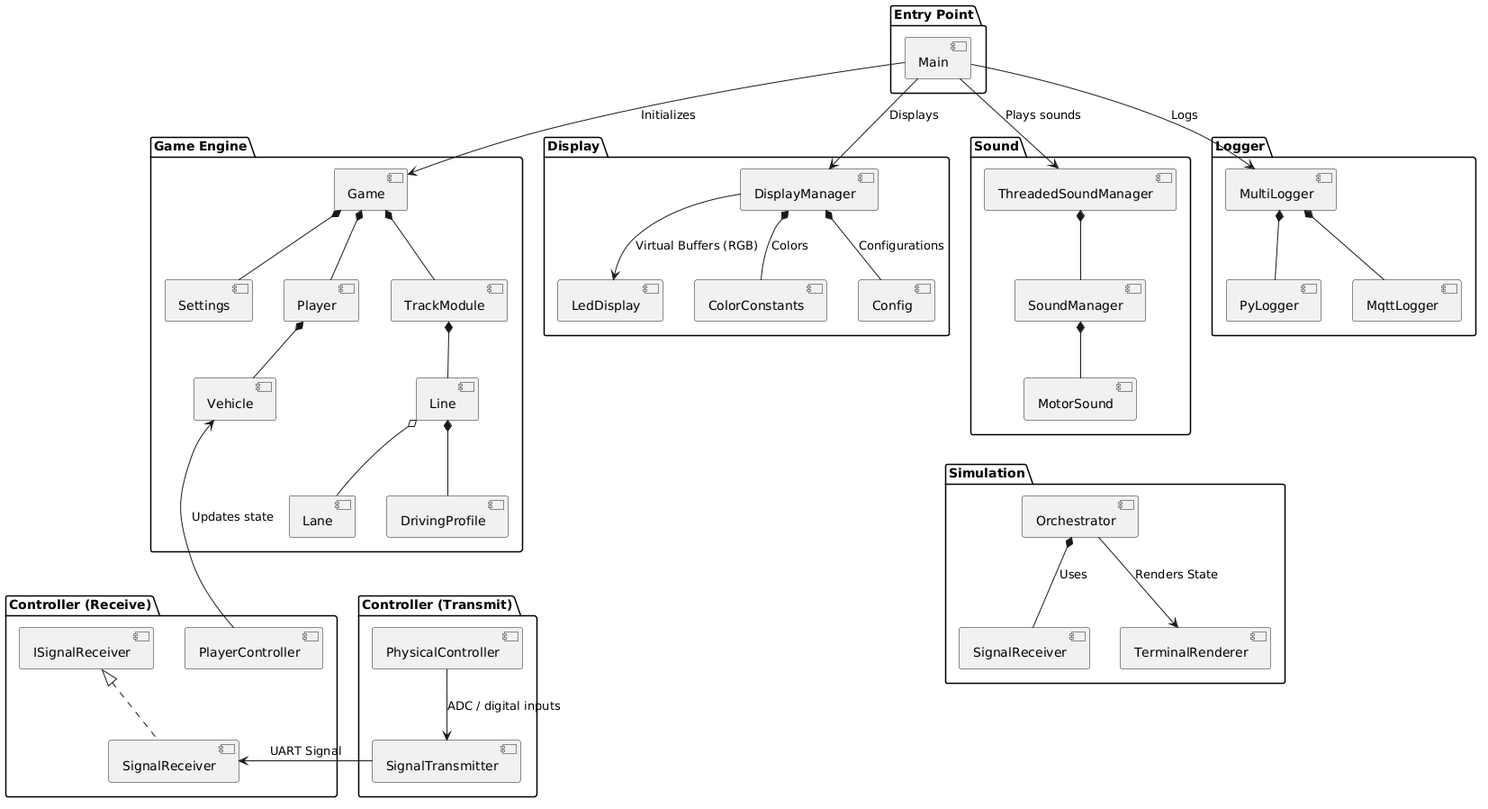
This is docs/diagrams/out/game-engine/game-engine.png from s-voelkl/LumenTrace, a PlantUML export, as it was before one commit.
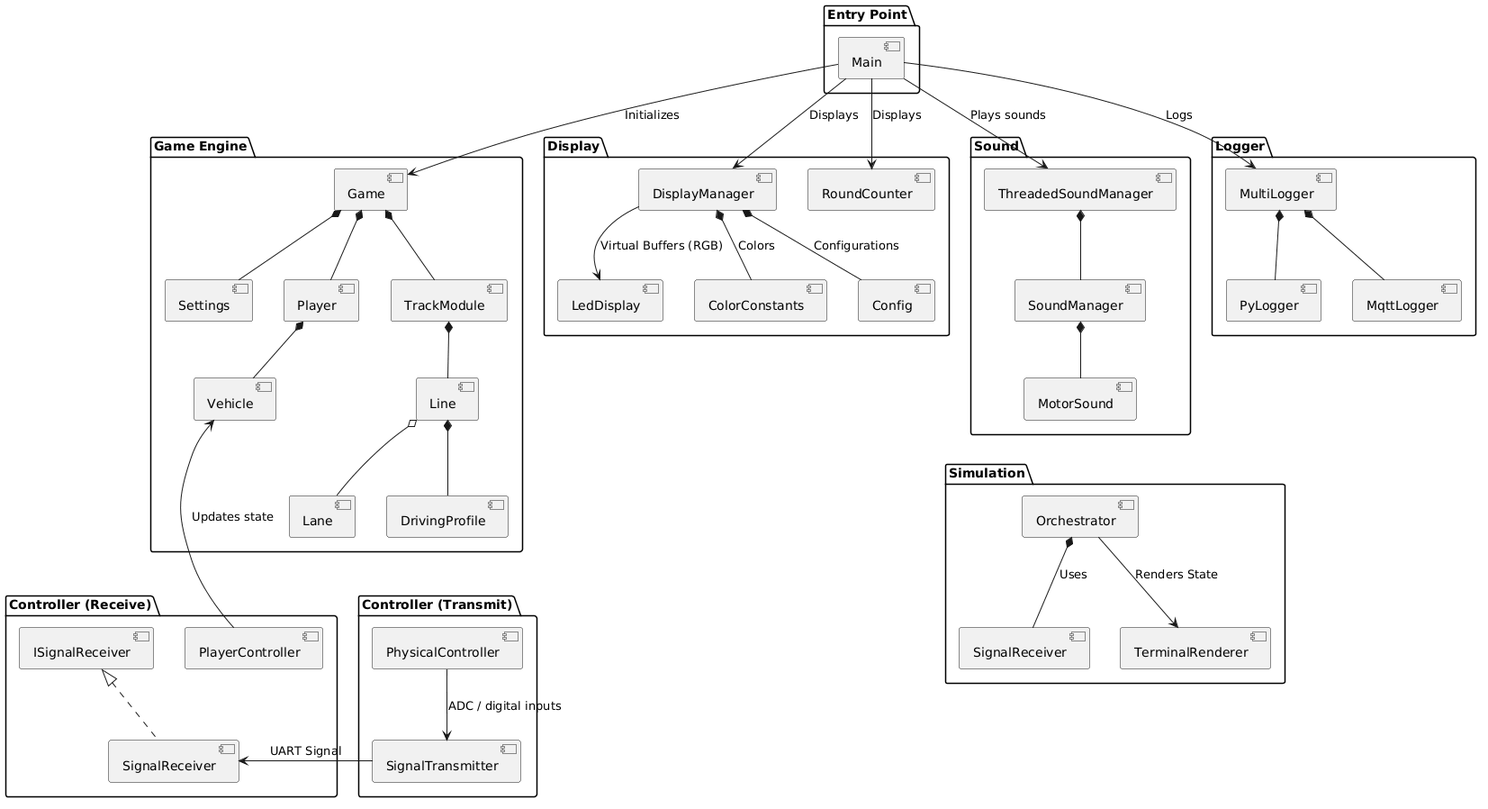
After the commit.

Commit message:
Update diagram issues, upload presentation.

What changed in the source:
```diff
@@ -35,6 +35,7 @@
   [LedDisplay]
   [ColorConstants]
   [Config]
+  [RoundCounter]
 }
 
 package "Sound" {
@@ -61,6 +62,7 @@
 
 [Main] --> GameMain : Initializes
 [Main] --> [DisplayManager] : Displays
+[Main] --> [RoundCounter] : Displays
 [Main] --> [ThreadedSoundManager] : Plays sounds
 [Main] --> [MultiLogger] : Logs
 
```
